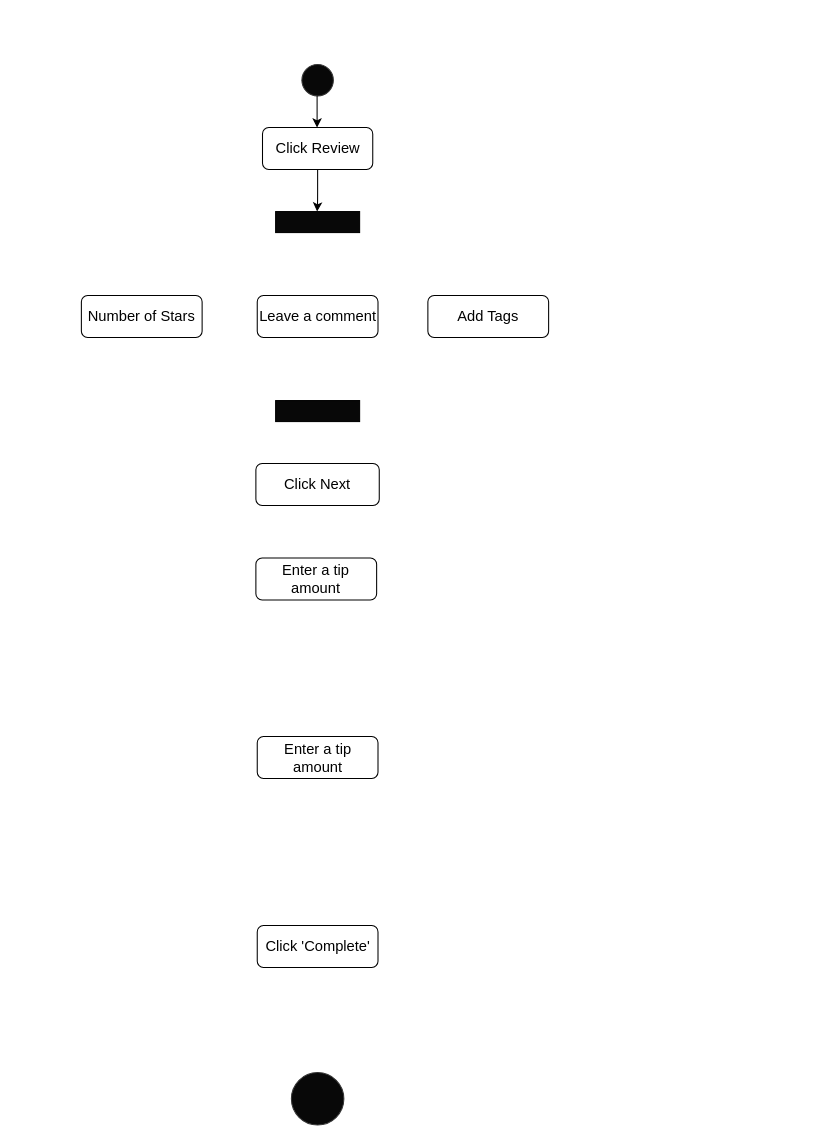
This is updatedTipDiagram.drawio from willdonlan8/test, a draw.io file, before an edit. Source tidied: cells renumbered, new cells numbered last; positions are measured from the earlier drawing's top-left corner, leaving out a move shared by most shapes. Both pictures are drawn from the tidied source at 105%, with x=0, y=0 at pixel (81, 64).
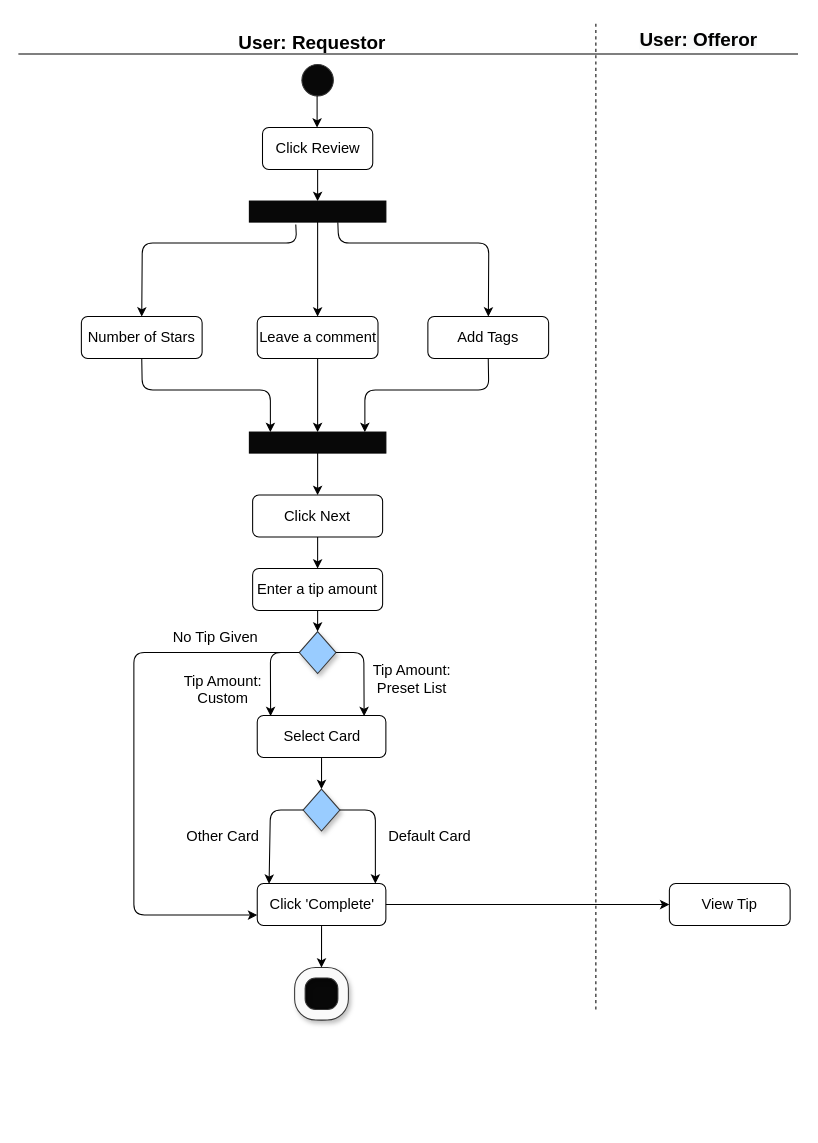
The same diagram, later.

Diff of the diagram source:
```diff
@@
-    <mxCell id="5" style="endArrow=classic;html=1;entryX=0.5;entryY=0;entryDx=0;entryDy=0;" parent="1" edge="1">
+    <mxCell id="5" style="endArrow=classic;html=1;entryX=0.5;entryY=0;entryDx=0;entryDy=0;" parent="1" edge="1" target="6">
       <mxGeometry relative="1" as="geometry">
         <mxPoint x="225" y="100" as="sourcePoint" />
-        <mxPoint x="224.5" y="140" as="targetPoint" />
         <Array as="points">
           <mxPoint x="225" y="130" />
         </Array>
       </mxGeometry>
     </mxCell>
     <mxCell id="6" style="rounded=0;whiteSpace=wrap;html=1;fillColor=#080808;" parent="1" vertex="1">
-      <mxGeometry x="185" y="140" width="80" height="20" as="geometry" />
+      <mxGeometry x="160" y="130" width="130" height="20" as="geometry" />
     </mxCell>
     <mxCell id="7" value="&lt;font style=&quot;font-size: 14px&quot;&gt;Number of Stars&lt;/font&gt;" style="rounded=1;whiteSpace=wrap;html=1;" parent="1" vertex="1">
-      <mxGeometry y="220" width="115" height="40" as="geometry" />
+      <mxGeometry y="240" width="115" height="40" as="geometry" />
     </mxCell>
     <mxCell id="8" value="&lt;font style=&quot;font-size: 14px&quot;&gt;Leave a comment&lt;/font&gt;" style="rounded=1;whiteSpace=wrap;html=1;" parent="1" vertex="1">
-      <mxGeometry x="167.5" y="220" width="115" height="40" as="geometry" />
+      <mxGeometry x="167.5" y="240" width="115" height="40" as="geometry" />
     </mxCell>
     <mxCell id="9" value="&lt;font style=&quot;font-size: 14px&quot;&gt;Add Tags&lt;/font&gt;" style="rounded=1;whiteSpace=wrap;html=1;" parent="1" vertex="1">
-      <mxGeometry x="330" y="220" width="115" height="40" as="geometry" />
+      <mxGeometry x="330" y="240" width="115" height="40" as="geometry" />
     </mxCell>
     <mxCell id="10" style="rounded=0;whiteSpace=wrap;html=1;fillColor=#080808;" parent="1" vertex="1">
-      <mxGeometry x="185" y="320" width="80" height="20" as="geometry" />
+      <mxGeometry x="160" y="350" width="130" height="20" as="geometry" />
     </mxCell>
     <mxCell id="11" value="&lt;font style=&quot;font-size: 14px&quot;&gt;Click Next&lt;/font&gt;" style="rounded=1;whiteSpace=wrap;html=1;" parent="1" vertex="1">
-      <mxGeometry x="166.2" y="380" width="117.5" height="40" as="geometry" />
+      <mxGeometry x="163.1" y="410" width="123.8" height="40" as="geometry" />
     </mxCell>
     <mxCell id="12" value="&lt;font style=&quot;font-size: 14px&quot;&gt;Enter a tip amount&lt;/font&gt;" style="rounded=1;whiteSpace=wrap;html=1;" parent="1" vertex="1">
-      <mxGeometry x="166.2" y="470" width="115" height="40" as="geometry" />
+      <mxGeometry x="163.1" y="480" width="123.8" height="40" as="geometry" />
     </mxCell>
-    <mxCell id="13" value="&lt;font style=&quot;font-size: 14px&quot;&gt;Enter a tip amount&lt;/font&gt;" style="rounded=1;whiteSpace=wrap;html=1;" parent="1" vertex="1">
-      <mxGeometry x="167.5" y="640" width="115" height="40" as="geometry" />
+    <mxCell id="13" value="&lt;font style=&quot;font-size: 14px&quot;&gt;Select Card&lt;/font&gt;" style="rounded=1;whiteSpace=wrap;html=1;" parent="1" vertex="1">
+      <mxGeometry x="167.5" y="620" width="122.5" height="40" as="geometry" />
     </mxCell>
     <mxCell id="14" value="&lt;font style=&quot;font-size: 14px&quot;&gt;Click 'Complete'&lt;/font&gt;" style="rounded=1;whiteSpace=wrap;html=1;" parent="1" vertex="1">
-      <mxGeometry x="167.5" y="820" width="115" height="40" as="geometry" />
+      <mxGeometry x="167.5" y="780" width="122.5" height="40" as="geometry" />
     </mxCell>
     <mxCell id="15" style="ellipse;whiteSpace=wrap;html=1;shadow=0;strokeColor=#363636;fillColor=#080808;" parent="1" vertex="1">
-      <mxGeometry x="200" y="960" width="50" height="50" as="geometry" />
+      <mxGeometry x="203.8" y="860" width="50" height="50" as="geometry" />
     </mxCell>
+    <mxCell id="16" style="verticalLabelPosition=bottom;verticalAlign=top;html=1;shape=mxgraph.basic.rounded_frame;dx=10;shadow=1;strokeColor=#363636;fillColor=#FAFAFA;" parent="1" vertex="1">
+      <mxGeometry x="203.1" y="860" width="51.2" height="50" as="geometry" />
+    </mxCell>
+    <mxCell id="17" value="&lt;font style=&quot;font-size: 14px&quot;&gt;View Tip&lt;/font&gt;" style="rounded=1;whiteSpace=wrap;html=1;" parent="1" vertex="1">
+      <mxGeometry x="560" y="780" width="115" height="40" as="geometry" />
+    </mxCell>
+    <mxCell id="18" style="rhombus;whiteSpace=wrap;html=1;shadow=1;strokeColor=#363636;fillColor=#99CCFF;" parent="1" vertex="1">
+      <mxGeometry x="207.5" y="540" width="35" height="40" as="geometry" />
+    </mxCell>
+    <mxCell id="19" style="rhombus;whiteSpace=wrap;html=1;shadow=1;strokeColor=#363636;fillColor=#99CCFF;" parent="1" vertex="1">
+      <mxGeometry x="211.2" y="690" width="35" height="40" as="geometry" />
+    </mxCell>
+    <mxCell id="20" style="endArrow=classic;html=1;exitX=0.5;exitY=1;exitDx=0;exitDy=0;" parent="1" edge="1" source="6" target="8">
+      <mxGeometry relative="1" as="geometry" />
+    </mxCell>
+    <mxCell id="21" style="endArrow=classic;html=1;exitX=0.34;exitY=1.113;exitDx=0;exitDy=0;entryX=0.5;entryY=0;entryDx=0;entryDy=0;exitPerimeter=0;" parent="1" edge="1" source="6" target="7">
+      <mxGeometry relative="1" as="geometry">
+        <Array as="points">
+          <mxPoint x="205" y="170" />
+          <mxPoint x="58" y="170" />
+        </Array>
+      </mxGeometry>
+    </mxCell>
+    <mxCell id="22" style="endArrow=classic;html=1;exitX=0.648;exitY=1.013;exitDx=0;exitDy=0;exitPerimeter=0;" parent="1" edge="1" source="6" target="9">
+      <mxGeometry relative="1" as="geometry">
+        <Array as="points">
+          <mxPoint x="245" y="170" />
+          <mxPoint x="388" y="170" />
+        </Array>
+      </mxGeometry>
+    </mxCell>
+    <mxCell id="23" style="endArrow=classic;html=1;exitX=0.5;exitY=1;exitDx=0;exitDy=0;entryX=0.154;entryY=0;entryDx=0;entryDy=0;entryPerimeter=0;" parent="1" edge="1" source="7" target="10">
+      <mxGeometry relative="1" as="geometry">
+        <Array as="points">
+          <mxPoint x="58" y="310" />
+          <mxPoint x="180" y="310" />
+        </Array>
+      </mxGeometry>
+    </mxCell>
+    <mxCell id="24" style="endArrow=classic;html=1;exitX=0.5;exitY=1;exitDx=0;exitDy=0;" parent="1" edge="1" source="8">
+      <mxGeometry relative="1" as="geometry">
+        <mxPoint x="225" y="350" as="targetPoint" />
+      </mxGeometry>
+    </mxCell>
+    <mxCell id="25" style="endArrow=classic;html=1;exitX=0.5;exitY=1;exitDx=0;exitDy=0;" parent="1" edge="1" source="9">
+      <mxGeometry relative="1" as="geometry">
+        <mxPoint x="270" y="350" as="targetPoint" />
+        <Array as="points">
+          <mxPoint x="388" y="310" />
+          <mxPoint x="270" y="310" />
+        </Array>
+      </mxGeometry>
+    </mxCell>
+    <mxCell id="26" style="endArrow=classic;html=1;exitX=0.5;exitY=1;exitDx=0;exitDy=0;" parent="1" edge="1" source="10" target="11">
+      <mxGeometry relative="1" as="geometry" />
+    </mxCell>
+    <mxCell id="27" style="endArrow=classic;html=1;exitX=0.5;exitY=1;exitDx=0;exitDy=0;" parent="1" edge="1" source="11" target="12">
+      <mxGeometry relative="1" as="geometry" />
+    </mxCell>
+    <mxCell id="28" style="endArrow=classic;html=1;exitX=0.5;exitY=1;exitDx=0;exitDy=0;" parent="1" edge="1" source="12" target="18">
+      <mxGeometry relative="1" as="geometry" />
+    </mxCell>
+    <mxCell id="29" style="endArrow=classic;html=1;entryX=0;entryY=0.75;entryDx=0;entryDy=0;exitX=0;exitY=0.5;exitDx=0;exitDy=0;" parent="1" edge="1" source="18" target="14">
+      <mxGeometry relative="1" as="geometry">
+        <Array as="points">
+          <mxPoint x="50" y="560" />
+          <mxPoint x="50" y="810" />
+        </Array>
+      </mxGeometry>
+    </mxCell>
+    <mxCell id="30" style="endArrow=classic;html=1;entryX=0.104;entryY=0.013;entryDx=0;entryDy=0;exitX=0;exitY=0.5;exitDx=0;exitDy=0;entryPerimeter=0;" parent="1" edge="1" source="18" target="13">
+      <mxGeometry relative="1" as="geometry">
+        <Array as="points">
+          <mxPoint x="180" y="560" />
+        </Array>
+      </mxGeometry>
+    </mxCell>
+    <mxCell id="31" style="endArrow=classic;html=1;entryX=0.831;entryY=0.013;entryDx=0;entryDy=0;exitX=1;exitY=0.5;exitDx=0;exitDy=0;entryPerimeter=0;" parent="1" edge="1" source="18" target="13">
+      <mxGeometry relative="1" as="geometry">
+        <Array as="points">
+          <mxPoint x="269" y="560" />
+        </Array>
+      </mxGeometry>
+    </mxCell>
+    <mxCell id="32" style="endArrow=classic;html=1;exitX=0.5;exitY=1;exitDx=0;exitDy=0;entryX=0.5;entryY=0;entryDx=0;entryDy=0;" parent="1" edge="1" source="13" target="19">
+      <mxGeometry relative="1" as="geometry" />
+    </mxCell>
+    <mxCell id="33" style="endArrow=classic;html=1;exitX=1;exitY=0.5;exitDx=0;exitDy=0;" parent="1" edge="1" source="19">
+      <mxGeometry relative="1" as="geometry">
+        <mxPoint x="280" y="780" as="targetPoint" />
+        <Array as="points">
+          <mxPoint x="280" y="710" />
+        </Array>
+      </mxGeometry>
+    </mxCell>
+    <mxCell id="34" style="endArrow=classic;html=1;exitX=0;exitY=0.5;exitDx=0;exitDy=0;entryX=0.092;entryY=0.007;entryDx=0;entryDy=0;entryPerimeter=0;" parent="1" edge="1" source="19" target="14">
+      <mxGeometry relative="1" as="geometry">
+        <Array as="points">
+          <mxPoint x="180" y="710" />
+        </Array>
+      </mxGeometry>
+    </mxCell>
+    <mxCell id="35" style="endArrow=classic;html=1;exitX=0.5;exitY=1;exitDx=0;exitDy=0;entryX=0.5;entryY=0;entryDx=0;entryDy=0;entryPerimeter=0;" parent="1" edge="1" source="14" target="16">
+      <mxGeometry relative="1" as="geometry" />
+    </mxCell>
+    <mxCell id="36" style="endArrow=classic;html=1;exitX=1;exitY=0.5;exitDx=0;exitDy=0;" parent="1" edge="1" source="14" target="17">
+      <mxGeometry relative="1" as="geometry" />
+    </mxCell>
+    <mxCell id="37" style="endArrow=none;dashed=1;html=1;" parent="1" edge="1">
+      <mxGeometry relative="1" as="geometry">
+        <mxPoint x="490" y="900" as="sourcePoint" />
+        <mxPoint x="490" y="-40" as="targetPoint" />
+      </mxGeometry>
+    </mxCell>
+    <mxCell id="38" style="endArrow=none;html=1;" parent="1" edge="1">
+      <mxGeometry relative="1" as="geometry">
+        <mxPoint x="-60" y="-10" as="sourcePoint" />
+        <mxPoint x="682.5" y="-10" as="targetPoint" />
+      </mxGeometry>
+    </mxCell>
+    <mxCell id="39" value="&lt;font style=&quot;font-size: 18px&quot;&gt;&lt;b&gt;User: Requestor&lt;/b&gt;&lt;/font&gt;" style="text;html=1;strokeColor=none;fillColor=none;align=center;verticalAlign=middle;whiteSpace=wrap;rounded=0;shadow=1;" parent="1" vertex="1">
+      <mxGeometry x="130" y="-40" width="180" height="40" as="geometry" />
+    </mxCell>
+    <mxCell id="40" value="&lt;b style=&quot;color: rgb(0 , 0 , 0) ; font-family: &amp;#34;helvetica&amp;#34; ; font-style: normal ; letter-spacing: normal ; text-align: center ; text-indent: 0px ; text-transform: none ; word-spacing: 0px ; background-color: rgb(248 , 249 , 250)&quot;&gt;&lt;font style=&quot;font-size: 18px&quot;&gt;User: Offeror&lt;/font&gt;&lt;/b&gt;" style="text;whiteSpace=wrap;html=1;" parent="1" vertex="1">
+      <mxGeometry x="530" y="-40" width="130" height="30" as="geometry" />
+    </mxCell>
+    <mxCell id="41" value="&lt;font style=&quot;font-size: 14px&quot;&gt;No Tip Given&lt;/font&gt;" style="text;html=1;strokeColor=none;fillColor=none;align=center;verticalAlign=middle;whiteSpace=wrap;rounded=0;" parent="1" vertex="1">
+      <mxGeometry x="82.5" y="530" width="90" height="30" as="geometry" />
+    </mxCell>
+    <mxCell id="42" value="&lt;font style=&quot;font-size: 14px&quot;&gt;Default Card&lt;/font&gt;" style="text;html=1;strokeColor=none;fillColor=none;align=center;verticalAlign=middle;whiteSpace=wrap;rounded=0;" parent="1" vertex="1">
+      <mxGeometry x="286.9" y="720" width="90" height="30" as="geometry" />
+    </mxCell>
+    <mxCell id="43" value="&lt;font style=&quot;font-size: 14px&quot;&gt;Tip Amount: Custom&lt;/font&gt;" style="text;html=1;strokeColor=none;fillColor=none;align=center;verticalAlign=middle;whiteSpace=wrap;rounded=0;" parent="1" vertex="1">
+      <mxGeometry x="90" y="580" width="90" height="30" as="geometry" />
+    </mxCell>
+    <mxCell id="44" value="&lt;font style=&quot;font-size: 14px&quot;&gt;Tip Amount: Preset List&lt;/font&gt;" style="text;html=1;strokeColor=none;fillColor=none;align=center;verticalAlign=middle;whiteSpace=wrap;rounded=0;" parent="1" vertex="1">
+      <mxGeometry x="270" y="570" width="90" height="30" as="geometry" />
+    </mxCell>
+    <mxCell id="45" value="&lt;font style=&quot;font-size: 14px&quot;&gt;Other Card&lt;/font&gt;" style="text;html=1;strokeColor=none;fillColor=none;align=center;verticalAlign=middle;whiteSpace=wrap;rounded=0;" parent="1" vertex="1">
+      <mxGeometry x="90" y="720" width="90" height="30" as="geometry" />
+    </mxCell>
```
